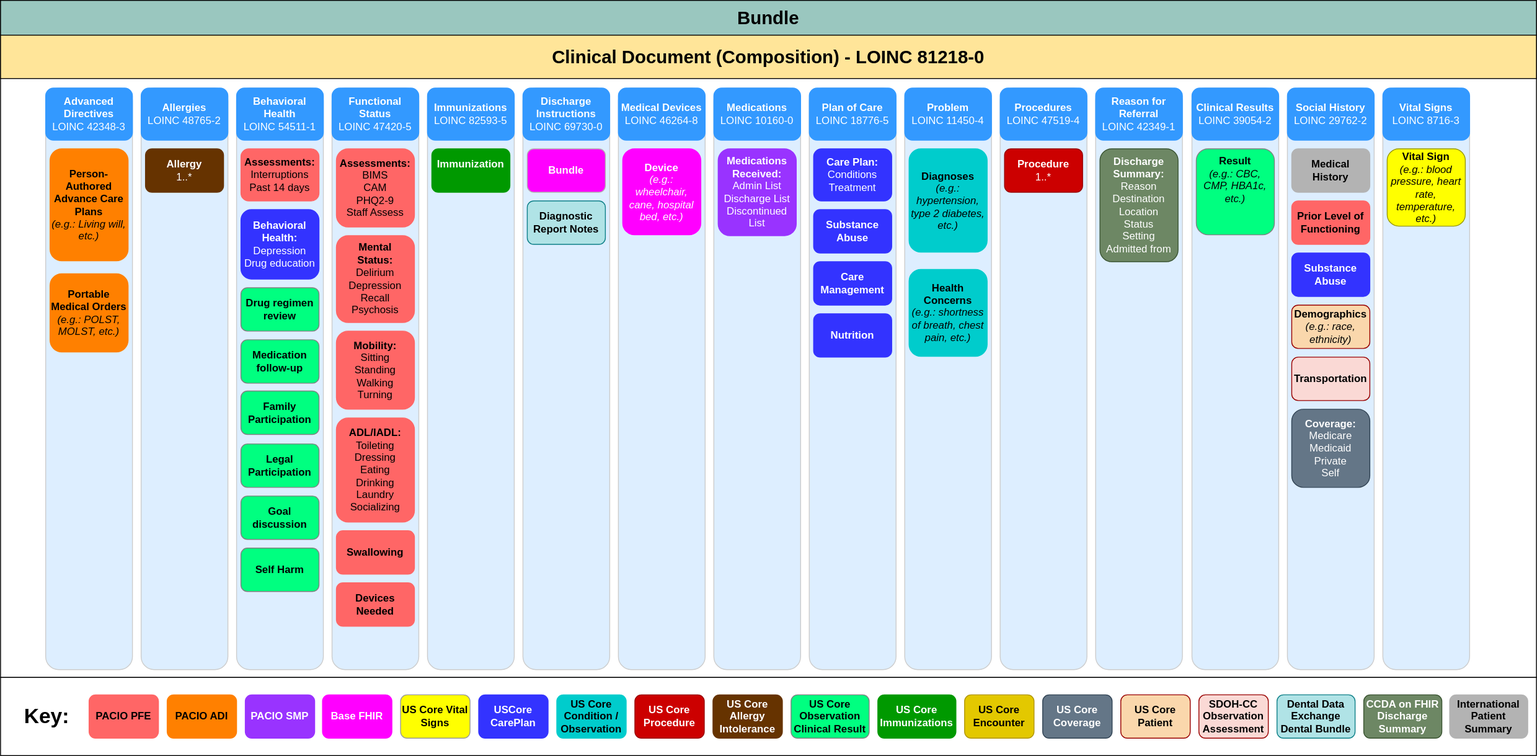
Earlier version of the draw.io export input/images/TOC-structure.svg (HL7/fhir-transitions-of-care-ig). Source tidied: cells renumbered, new cells last; positions are measured from the earlier drawing's top-left corner, leaving out a move shared by most shapes.
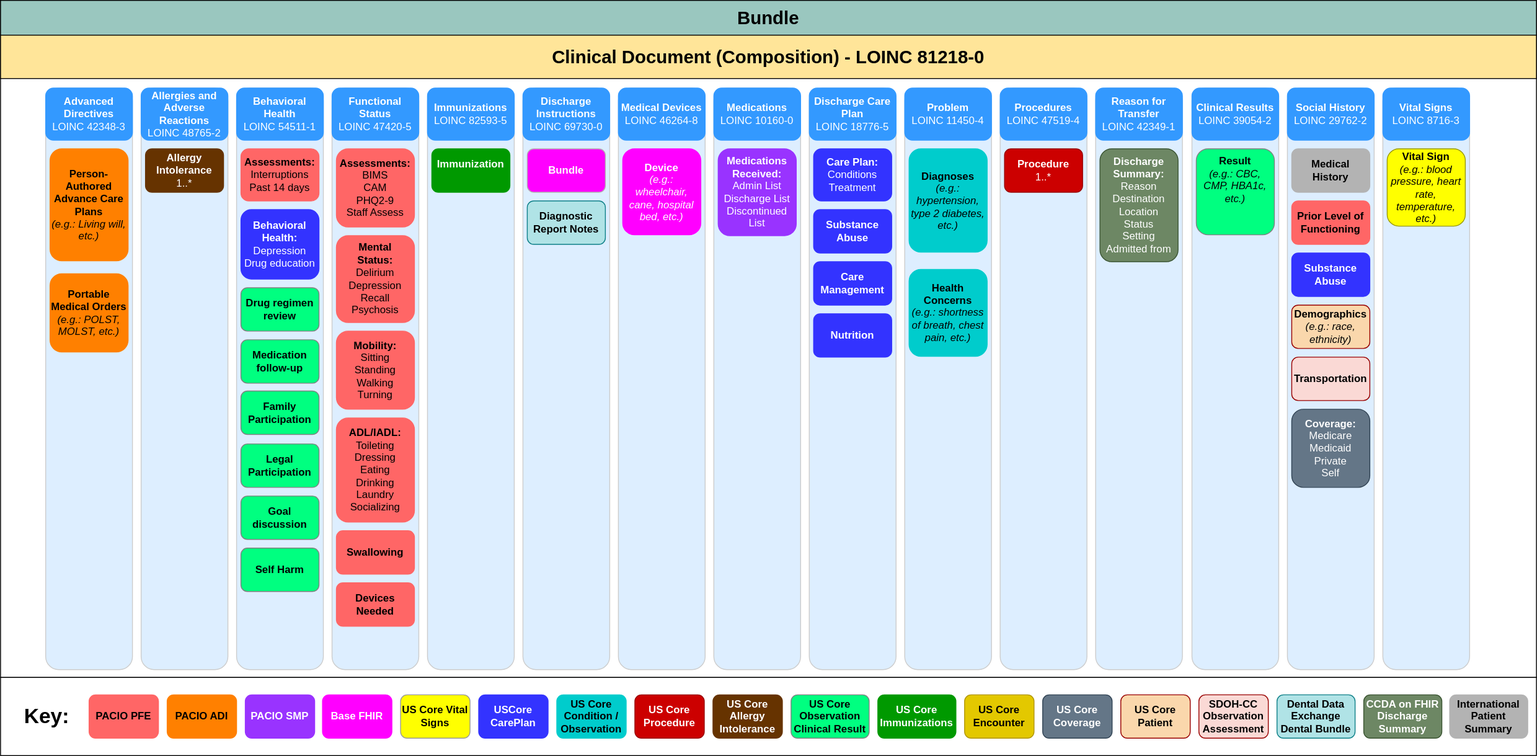
After the change.

Commit message:
updated guidance ToC document diagram and section tables.

What changed in the source:
```diff
@@ -53,7 +53,7 @@
     <mxCell id="18" value="Advanced&lt;div&gt;Directives&lt;/div&gt;&lt;div&gt;&lt;span style=&quot;font-weight: normal;&quot;&gt;LOINC&amp;nbsp;42348-3&lt;/span&gt;&lt;/div&gt;" style="rounded=1;whiteSpace=wrap;html=1;fillColor=#3399FF;strokeColor=#3399FF;fontStyle=1;fontColor=#FFFFFF;" parent="1" vertex="1">
       <mxGeometry x="52" y="101" width="100" height="60" as="geometry" />
     </mxCell>
-    <mxCell id="19" value="Allergies&lt;div&gt;&lt;span style=&quot;font-weight: normal;&quot;&gt;LOINC&amp;nbsp;&lt;/span&gt;&lt;span style=&quot;background-color: initial; font-weight: 400;&quot;&gt;48765-2&lt;/span&gt;&lt;/div&gt;" style="rounded=1;whiteSpace=wrap;html=1;fillColor=#3399FF;strokeColor=#3399FF;fontStyle=1;fontColor=#FFFFFF;" parent="1" vertex="1">
+    <mxCell id="19" value="Allergies and Adverse Reactions&lt;div&gt;&lt;span style=&quot;font-weight: normal;&quot;&gt;LOINC&amp;nbsp;&lt;/span&gt;&lt;span style=&quot;background-color: initial; font-weight: 400;&quot;&gt;48765-2&lt;/span&gt;&lt;/div&gt;" style="rounded=1;whiteSpace=wrap;html=1;fillColor=#3399FF;strokeColor=#3399FF;fontStyle=1;fontColor=#FFFFFF;" parent="1" vertex="1">
       <mxGeometry x="162" y="101" width="100" height="60" as="geometry" />
     </mxCell>
     <mxCell id="20" value="Functional&lt;div&gt;Status&lt;/div&gt;&lt;div&gt;&lt;span style=&quot;font-weight: normal;&quot;&gt;LOINC 47420-5&lt;/span&gt;&lt;/div&gt;" style="rounded=1;whiteSpace=wrap;html=1;fillColor=#3399FF;strokeColor=#3399FF;fontStyle=1;fontColor=#FFFFFF;" parent="1" vertex="1">
@@ -65,7 +65,7 @@
     <mxCell id="22" value="Medications&lt;div&gt;&lt;span style=&quot;font-weight: normal;&quot;&gt;LOINC 10160-0&lt;/span&gt;&lt;/div&gt;" style="rounded=1;whiteSpace=wrap;html=1;fillColor=#3399FF;strokeColor=#3399FF;fontStyle=1;fontColor=#FFFFFF;" parent="1" vertex="1">
       <mxGeometry x="822" y="101" width="100" height="60" as="geometry" />
     </mxCell>
-    <mxCell id="23" value="Plan of Care&lt;div&gt;&lt;span style=&quot;font-weight: normal;&quot;&gt;LOINC&amp;nbsp;&lt;/span&gt;&lt;span style=&quot;background-color: initial; font-weight: 400;&quot;&gt;18776-5&lt;/span&gt;&lt;/div&gt;" style="rounded=1;whiteSpace=wrap;html=1;fillColor=#3399FF;strokeColor=#3399FF;fontStyle=1;fontColor=#FFFFFF;" parent="1" vertex="1">
+    <mxCell id="23" value="Discharge Care Plan&lt;div&gt;&lt;span style=&quot;font-weight: normal;&quot;&gt;LOINC&amp;nbsp;&lt;/span&gt;&lt;span style=&quot;background-color: initial; font-weight: 400;&quot;&gt;18776-5&lt;/span&gt;&lt;/div&gt;" style="rounded=1;whiteSpace=wrap;html=1;fillColor=#3399FF;strokeColor=#3399FF;fontStyle=1;fontColor=#FFFFFF;" parent="1" vertex="1">
       <mxGeometry x="932" y="101" width="100" height="60" as="geometry" />
     </mxCell>
     <mxCell id="24" value="Problem&lt;div&gt;&lt;span style=&quot;font-weight: normal;&quot;&gt;LOINC&amp;nbsp;&lt;/span&gt;&lt;span style=&quot;background-color: initial; font-weight: 400;&quot;&gt;11450-4&lt;/span&gt;&lt;/div&gt;" style="rounded=1;whiteSpace=wrap;html=1;fillColor=#3399FF;strokeColor=#3399FF;fontStyle=1;fontColor=#FFFFFF;" parent="1" vertex="1">
@@ -74,7 +74,7 @@
     <mxCell id="25" value="Procedures&lt;div&gt;&lt;span style=&quot;font-weight: normal;&quot;&gt;LOINC&amp;nbsp;&lt;/span&gt;&lt;span style=&quot;background-color: initial; font-weight: 400;&quot;&gt;47519-4&lt;/span&gt;&lt;/div&gt;" style="rounded=1;whiteSpace=wrap;html=1;fillColor=#3399FF;strokeColor=#3399FF;fontStyle=1;fontColor=#FFFFFF;" parent="1" vertex="1">
       <mxGeometry x="1152" y="101" width="100" height="60" as="geometry" />
     </mxCell>
-    <mxCell id="26" value="Reason for&lt;div&gt;Referral&lt;/div&gt;&lt;div&gt;&lt;span style=&quot;font-weight: normal;&quot;&gt;LOINC&amp;nbsp;&lt;/span&gt;&lt;span style=&quot;background-color: initial; font-weight: 400;&quot;&gt;42349-1&lt;/span&gt;&lt;/div&gt;" style="rounded=1;whiteSpace=wrap;html=1;fillColor=#3399FF;strokeColor=#3399FF;fontStyle=1;fontColor=#FFFFFF;" parent="1" vertex="1">
+    <mxCell id="26" value="Reason for&lt;div&gt;Transfer&lt;/div&gt;&lt;div&gt;&lt;span style=&quot;font-weight: normal;&quot;&gt;LOINC&amp;nbsp;&lt;/span&gt;&lt;span style=&quot;background-color: initial; font-weight: 400;&quot;&gt;42349-1&lt;/span&gt;&lt;/div&gt;" style="rounded=1;whiteSpace=wrap;html=1;fillColor=#3399FF;strokeColor=#3399FF;fontStyle=1;fontColor=#FFFFFF;" parent="1" vertex="1">
       <mxGeometry x="1262" y="101" width="100" height="60" as="geometry" />
     </mxCell>
     <mxCell id="27" value="Clinical Results&lt;div&gt;&lt;span style=&quot;font-weight: normal;&quot;&gt;LOINC&amp;nbsp;&lt;/span&gt;&lt;span style=&quot;background-color: initial; font-weight: 400;&quot;&gt;39054-2&lt;/span&gt;&lt;/div&gt;" style="rounded=1;whiteSpace=wrap;html=1;fillColor=#3399FF;strokeColor=#3399FF;fontStyle=1;fontColor=#FFFFFF;" parent="1" vertex="1">
@@ -203,7 +203,7 @@
     <mxCell id="68" value="&lt;b&gt;Bundle&lt;/b&gt;" style="rounded=1;whiteSpace=wrap;html=1;fillColor=#FF00FF;strokeColor=#B3B3B3;fontColor=#FFFFFF;" parent="1" vertex="1">
       <mxGeometry x="607" y="171" width="90" height="50" as="geometry" />
     </mxCell>
-    <mxCell id="69" value="&lt;b&gt;&lt;font color=&quot;#ffffff&quot;&gt;Allergy&lt;/font&gt;&lt;/b&gt;&lt;div&gt;&lt;font style=&quot;color: rgb(255, 255, 255);&quot;&gt;1..*&lt;/font&gt;&lt;/div&gt;" style="rounded=1;whiteSpace=wrap;html=1;fillColor=#663300;strokeColor=#663300;" parent="1" vertex="1">
+    <mxCell id="69" value="&lt;b&gt;&lt;font color=&quot;#ffffff&quot;&gt;Allergy Intolerance&lt;/font&gt;&lt;/b&gt;&lt;div&gt;&lt;font style=&quot;color: rgb(255, 255, 255);&quot;&gt;1..*&lt;/font&gt;&lt;/div&gt;" style="rounded=1;whiteSpace=wrap;html=1;fillColor=#663300;strokeColor=#663300;" parent="1" vertex="1">
       <mxGeometry x="167" y="171" width="90" height="50" as="geometry" />
     </mxCell>
     <mxCell id="70" value="&lt;font color=&quot;#ffffff&quot;&gt;&lt;b&gt;US Core Allergy Intolerance&lt;/b&gt;&lt;/font&gt;" style="rounded=1;whiteSpace=wrap;html=1;fillColor=#663300;strokeColor=#663300;" parent="1" vertex="1">
```
